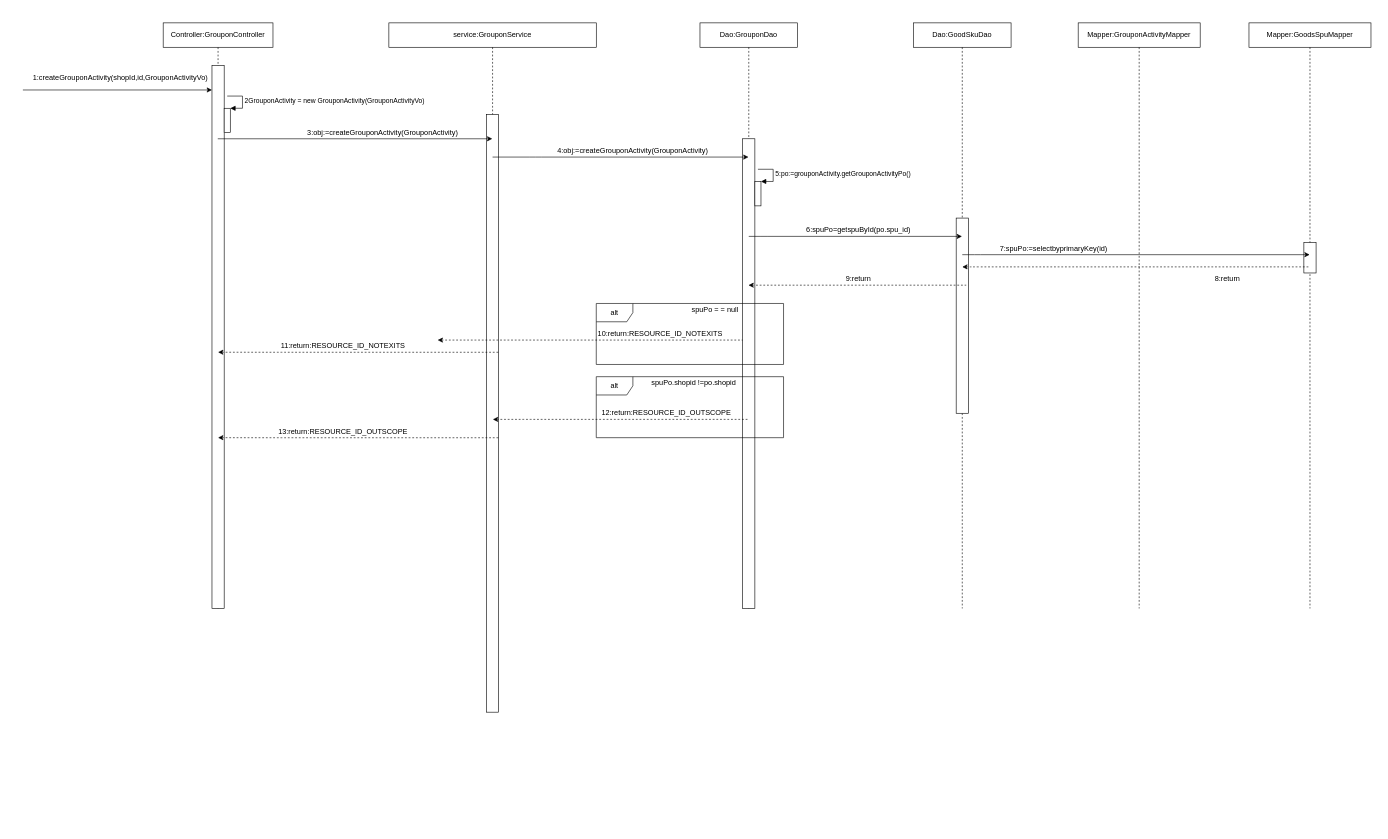
Above: 时序图.drawio in jrsmith12138/diagrams (draw.io), before the change. Source tidied: cells renumbered, new cells numbered last; positions are measured from the earlier drawing's top-left corner, leaving out a move shared by most shapes. Both pictures are drawn from the tidied source at 61%, with x=0, y=0 at pixel (23, 23).
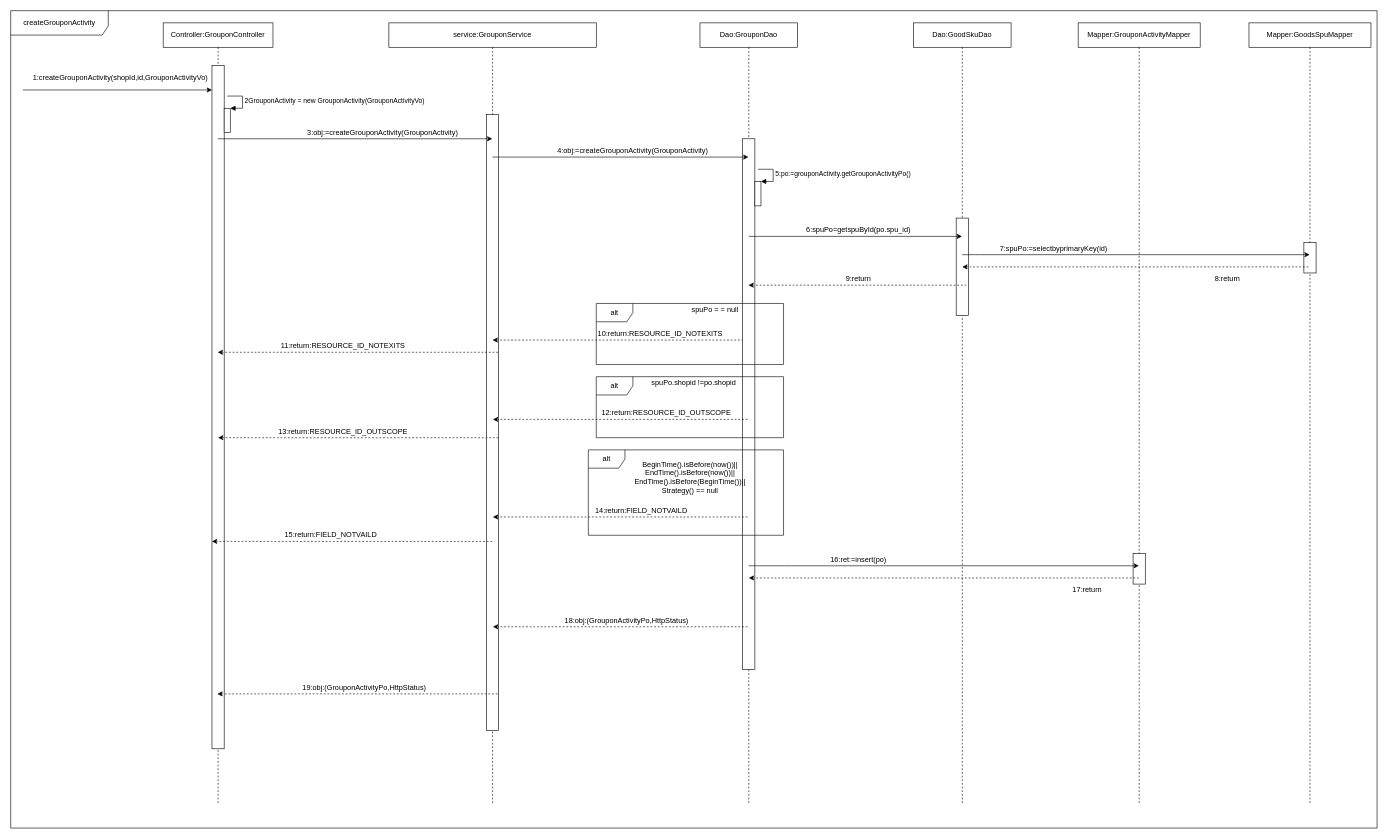
Above is the later version.

What changed in the source:
```diff
@@
     <mxCell id="2" value="&lt;div&gt;service:GrouponService&lt;/div&gt;" style="shape=umlLifeline;perimeter=lifelinePerimeter;whiteSpace=wrap;html=1;outlineConnect=0;" parent="1" vertex="1">
-      <mxGeometry x="600" width="340" height="1130" as="geometry" />
+      <mxGeometry x="600" width="340" height="1280" as="geometry" />
     </mxCell>
     <mxCell id="3" style="rounded=0;whiteSpace=wrap;html=1;" parent="2" vertex="1">
-      <mxGeometry x="160" y="150" width="20" height="980" as="geometry" />
+      <mxGeometry x="160" y="150" width="20" height="1010" as="geometry" />
     </mxCell>
     <mxCell id="4" style="endArrow=none;html=1;startArrow=classic;startFill=1;endFill=0;dashed=1;" parent="2" edge="1" target="18">
       <mxGeometry relative="1" as="geometry">
-        <mxPoint x="80" y="520" as="sourcePoint" />
+        <mxPoint x="170" y="520" as="sourcePoint" />
         <Array as="points">
-          <mxPoint x="140" y="520" />
+          <mxPoint x="300" y="520" />
         </Array>
       </mxGeometry>
     </mxCell>
     <mxCell id="5" value="Dao:GoodSkuDao" style="shape=umlLifeline;perimeter=lifelinePerimeter;whiteSpace=wrap;html=1;outlineConnect=0;" parent="1" vertex="1">
-      <mxGeometry x="1460" width="160" height="960" as="geometry" />
+      <mxGeometry x="1460" width="160" height="1280" as="geometry" />
     </mxCell>
     <mxCell id="6" style="rounded=0;whiteSpace=wrap;html=1;" parent="5" vertex="1">
-      <mxGeometry x="70" y="320" width="20" height="320" as="geometry" />
+      <mxGeometry x="70" y="320" width="20" height="160" as="geometry" />
     </mxCell>
     <mxCell id="7" value="Mapper:GrouponActivityMapper" style="shape=umlLifeline;perimeter=lifelinePerimeter;whiteSpace=wrap;html=1;outlineConnect=0;" parent="1" vertex="1">
-      <mxGeometry x="1730" width="200" height="960" as="geometry" />
+      <mxGeometry x="1730" width="200" height="1280" as="geometry" />
     </mxCell>
+    <mxCell id="43" style="rounded=0;whiteSpace=wrap;html=1;" parent="7" vertex="1">
+      <mxGeometry x="90" y="870" width="20" height="50" as="geometry" />
+    </mxCell>
     <mxCell id="8" value="Mapper:GoodsSpuMapper" style="shape=umlLifeline;perimeter=lifelinePerimeter;whiteSpace=wrap;html=1;outlineConnect=0;" parent="1" vertex="1">
-      <mxGeometry x="2010" width="200" height="960" as="geometry" />
+      <mxGeometry x="2010" width="200" height="1280" as="geometry" />
     </mxCell>
@@
     <mxCell id="11" value="Controller:GrouponController" style="shape=umlLifeline;perimeter=lifelinePerimeter;whiteSpace=wrap;html=1;outlineConnect=0;" parent="1" vertex="1">
-      <mxGeometry x="230" width="180" height="960" as="geometry" />
+      <mxGeometry x="230" width="180" height="1280" as="geometry" />
     </mxCell>
     <mxCell id="12" style="rounded=0;whiteSpace=wrap;html=1;" parent="11" vertex="1">
-      <mxGeometry x="80" y="70" width="20" height="890" as="geometry" />
+      <mxGeometry x="80" y="70" width="20" height="1120" as="geometry" />
     </mxCell>
@@
     <mxCell id="18" value="Dao:GrouponDao" style="shape=umlLifeline;perimeter=lifelinePerimeter;whiteSpace=wrap;html=1;outlineConnect=0;" parent="1" vertex="1">
-      <mxGeometry x="1110" width="160" height="960" as="geometry" />
+      <mxGeometry x="1110" width="160" height="1280" as="geometry" />
     </mxCell>
     <mxCell id="19" style="rounded=0;whiteSpace=wrap;html=1;" parent="18" vertex="1">
-      <mxGeometry x="70" y="190" width="20" height="770" as="geometry" />
+      <mxGeometry x="70" y="190" width="20" height="870" as="geometry" />
     </mxCell>
@@
-    <mxCell id="35" style="endArrow=none;html=1;startArrow=classic;startFill=1;endFill=0;dashed=1;exitX=0.5;exitY=0.528;exitDx=0;exitDy=0;exitPerimeter=0;" parent="1" edge="1" source="12">
+    <mxCell id="35" style="endArrow=none;html=1;startArrow=classic;startFill=1;endFill=0;dashed=1;" parent="1" edge="1" source="11">
       <mxGeometry relative="1" as="geometry">
         <mxPoint x="779.5" y="540" as="targetPoint" />
         <Array as="points">
           <mxPoint x="420" y="540" />
         </Array>
       </mxGeometry>
     </mxCell>
@@
+    <mxCell id="44" value="&lt;div&gt;BeginTime().isBefore(now())|| EndTime().isBefore(now())|| EndTime().isBefore(BeginTime())|| &lt;br&gt;&lt;/div&gt;&lt;div&gt;Strategy() == null&lt;/div&gt;" style="text;html=1;strokeColor=none;fillColor=none;align=center;verticalAlign=middle;whiteSpace=wrap;rounded=0;" parent="1" vertex="1">
+      <mxGeometry x="948.5" y="670" width="290" height="150" as="geometry" />
+    </mxCell>
+    <mxCell id="45" style="endArrow=none;html=1;startArrow=classic;startFill=1;endFill=0;dashed=1;" parent="1" edge="1">
+      <mxGeometry relative="1" as="geometry">
+        <mxPoint x="770.5" y="810" as="sourcePoint" />
+        <mxPoint x="1190" y="810" as="targetPoint" />
+        <Array as="points">
+          <mxPoint x="830.5" y="810" />
+        </Array>
+      </mxGeometry>
+    </mxCell>
+    <mxCell id="46" value="14:return:FIELD_NOTVAILD" style="text;html=1;strokeColor=none;fillColor=none;align=center;verticalAlign=middle;whiteSpace=wrap;rounded=0;" parent="1" vertex="1">
+      <mxGeometry x="948.5" y="790" width="130" height="20" as="geometry" />
+    </mxCell>
+    <mxCell id="47" value="alt" style="shape=umlFrame;whiteSpace=wrap;html=1;" parent="1" vertex="1">
+      <mxGeometry x="927" y="700" width="320" height="140" as="geometry" />
+    </mxCell>
+    <mxCell id="48" style="endArrow=none;html=1;startArrow=classic;startFill=1;endFill=0;dashed=1;exitX=0.5;exitY=0.528;exitDx=0;exitDy=0;exitPerimeter=0;" parent="1" edge="1">
+      <mxGeometry relative="1" as="geometry">
+        <mxPoint x="310" y="850" as="sourcePoint" />
+        <mxPoint x="769.5" y="850.1" as="targetPoint" />
+        <Array as="points">
+          <mxPoint x="410" y="850.1" />
+        </Array>
+      </mxGeometry>
+    </mxCell>
+    <mxCell id="49" value="15:return:FIELD_NOTVAILD" style="text;html=1;strokeColor=none;fillColor=none;align=center;verticalAlign=middle;whiteSpace=wrap;rounded=0;" parent="1" vertex="1">
+      <mxGeometry x="440" y="830" width="130" height="20" as="geometry" />
+    </mxCell>
+    <mxCell id="50" style="endArrow=classic;html=1;" parent="1" edge="1" target="7">
+      <mxGeometry relative="1" as="geometry">
+        <mxPoint x="1190" y="890" as="sourcePoint" />
+        <Array as="points">
+          <mxPoint x="1260" y="890" />
+        </Array>
+      </mxGeometry>
+    </mxCell>
+    <mxCell id="51" value="16:ret:=insert(po)" style="text;html=1;strokeColor=none;fillColor=none;align=center;verticalAlign=middle;whiteSpace=wrap;rounded=0;" parent="1" vertex="1">
+      <mxGeometry x="1305" y="870" width="130" height="20" as="geometry" />
+    </mxCell>
+    <mxCell id="52" style="endArrow=none;html=1;dashed=1;startArrow=classic;startFill=1;endFill=0;" parent="1" edge="1">
+      <mxGeometry relative="1" as="geometry">
+        <mxPoint x="1190" y="910" as="sourcePoint" />
+        <mxPoint x="1829.5" y="910" as="targetPoint" />
+        <Array as="points">
+          <mxPoint x="1260" y="910" />
+        </Array>
+      </mxGeometry>
+    </mxCell>
+    <mxCell id="53" value="17:return" style="text;html=1;strokeColor=none;fillColor=none;align=center;verticalAlign=middle;whiteSpace=wrap;rounded=0;" parent="1" vertex="1">
+      <mxGeometry x="1680" y="920" width="130" height="20" as="geometry" />
+    </mxCell>
+    <mxCell id="54" style="endArrow=none;html=1;startArrow=classic;startFill=1;endFill=0;dashed=1;" parent="1" edge="1">
+      <mxGeometry relative="1" as="geometry">
+        <mxPoint x="770.5" y="990" as="sourcePoint" />
+        <mxPoint x="1190" y="990" as="targetPoint" />
+        <Array as="points">
+          <mxPoint x="830.5" y="990" />
+        </Array>
+      </mxGeometry>
+    </mxCell>
+    <mxCell id="55" value="18:obj:(GrouponActivityPo,HttpStatus)" style="text;html=1;strokeColor=none;fillColor=none;align=center;verticalAlign=middle;whiteSpace=wrap;rounded=0;" parent="1" vertex="1">
+      <mxGeometry x="880" y="970" width="220" height="20" as="geometry" />
+    </mxCell>
+    <mxCell id="56" style="endArrow=none;html=1;startArrow=classic;startFill=1;endFill=0;dashed=1;" parent="1" edge="1">
+      <mxGeometry relative="1" as="geometry">
+        <mxPoint x="318.8" y="1100" as="sourcePoint" />
+        <mxPoint x="779.5" y="1100" as="targetPoint" />
+        <Array as="points">
+          <mxPoint x="420" y="1100" />
+        </Array>
+      </mxGeometry>
+    </mxCell>
+    <mxCell id="57" value="19:obj:(GrouponActivityPo,HttpStatus)" style="text;html=1;strokeColor=none;fillColor=none;align=center;verticalAlign=middle;whiteSpace=wrap;rounded=0;" parent="1" vertex="1">
+      <mxGeometry x="450" y="1080" width="220" height="20" as="geometry" />
+    </mxCell>
+    <mxCell id="58" value="createGrouponActivity" style="shape=umlFrame;whiteSpace=wrap;html=1;width=160;height=40;" parent="1" vertex="1">
+      <mxGeometry x="-20" y="-20" width="2240" height="1340" as="geometry" />
+    </mxCell>
```
